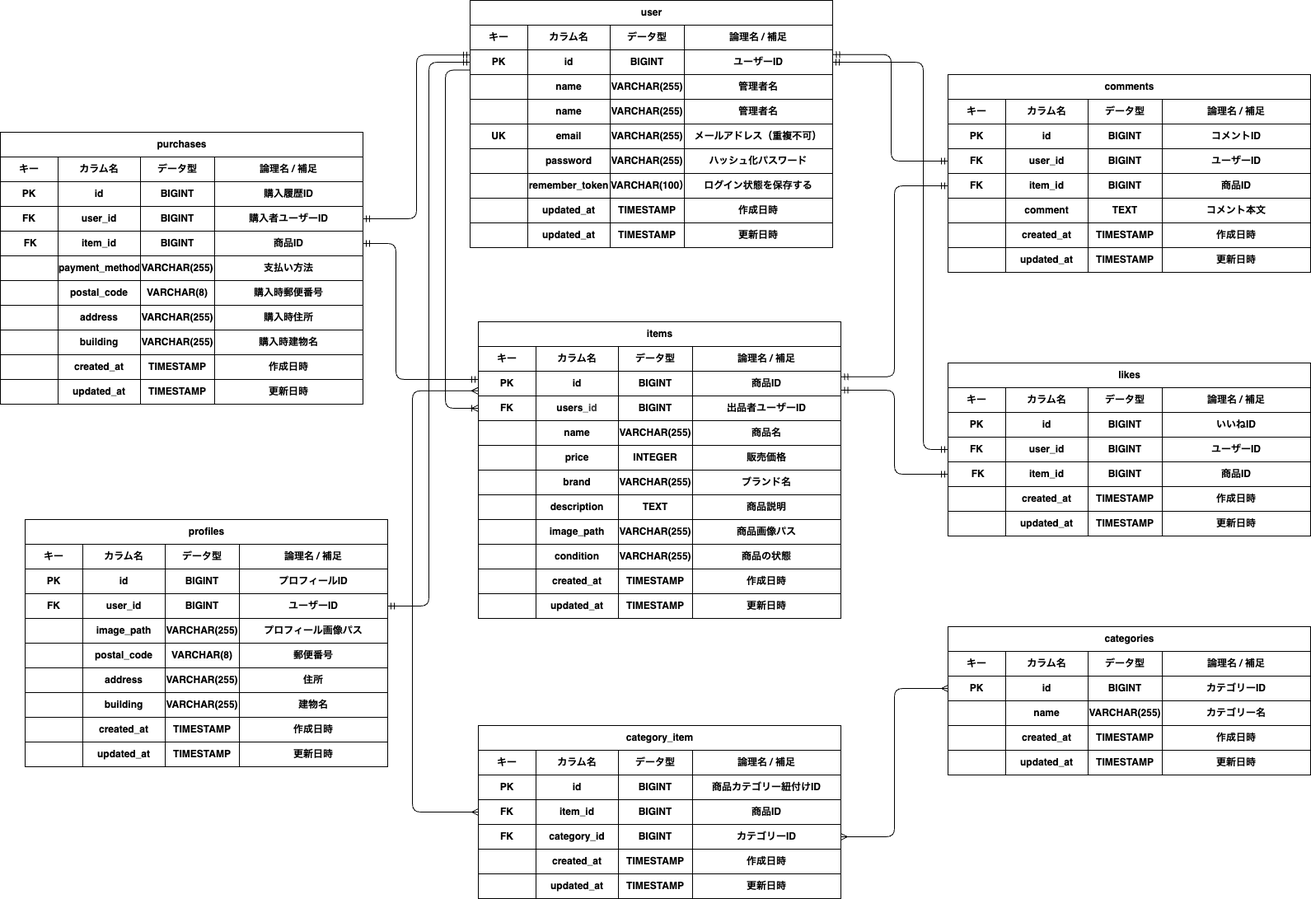
This is fleamarket.drawio.png from yosiyosi-n/fleamarket, a draw.io export, as it was before one commit. Source tidied: cells renumbered, new cells last; positions are measured from the earlier drawing's top-left corner, leaving out a move shared by most shapes.
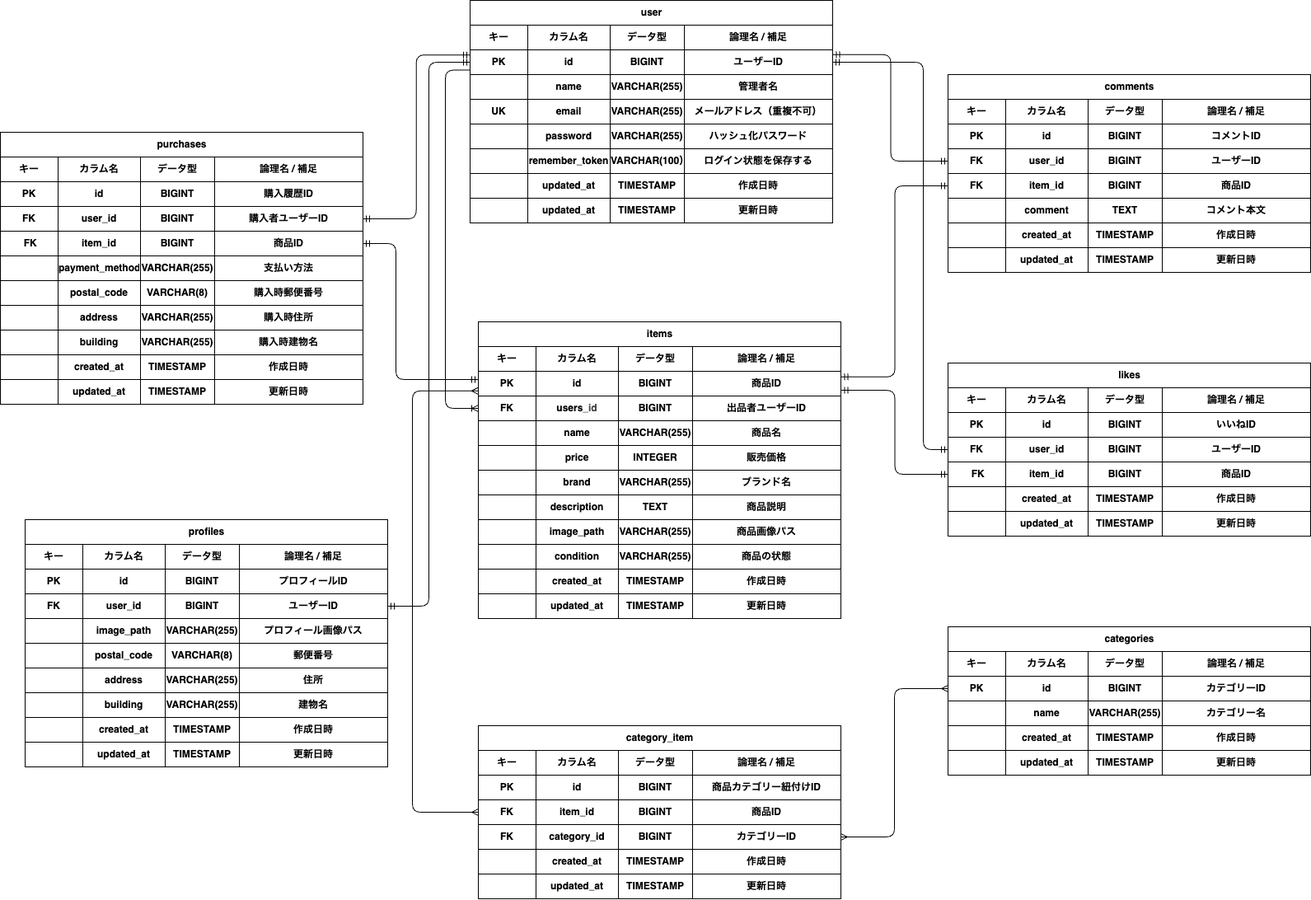
After the change.

Commit message:
docs:　ER図画像修正

What changed in the source:
```diff
@@ -3,7 +3,7 @@
     <mxCell id="0" />
     <mxCell id="1" parent="0" />
     <mxCell id="2" value="user" style="shape=table;startSize=30;rowLines=0;fontStyle=1;align=center;html=1;" parent="1" vertex="1">
-      <mxGeometry x="570" width="440" height="300" as="geometry" />
+      <mxGeometry x="570" width="440" height="270" as="geometry" />
     </mxCell>
     <mxCell id="3" style="shape=tableRow;horizontal=0;startSize=0;swimlaneHead=0;swimlaneBody=0;fillColor=none;top=0;left=0;right=0;bottom=1;" parent="2" vertex="1">
       <mxGeometry y="30" width="440" height="30" as="geometry" />
@@ -50,23 +50,8 @@
     <mxCell id="17" value="管理者名" style="shape=partialRectangle;fillColor=none;top=0;left=0;bottom=0;right=0;fontStyle=1;overflow=hidden;whiteSpace=wrap;html=1;" parent="13" vertex="1">
       <mxGeometry x="260" width="180" height="30" as="geometry" />
     </mxCell>
-    <mxCell id="18" style="shape=tableRow;horizontal=0;startSize=0;swimlaneHead=0;swimlaneBody=0;fillColor=none;top=0;left=0;right=0;bottom=1;" parent="2" vertex="1">
-      <mxGeometry y="120" width="440" height="30" as="geometry" />
-    </mxCell>
-    <mxCell id="19" style="shape=partialRectangle;fillColor=none;top=0;left=0;bottom=0;right=0;fontStyle=1;overflow=hidden;whiteSpace=wrap;html=1;" parent="18" vertex="1">
-      <mxGeometry width="70" height="30" as="geometry" />
-    </mxCell>
-    <mxCell id="20" value="name" style="shape=partialRectangle;fillColor=none;top=0;left=0;bottom=0;right=0;fontStyle=1;overflow=hidden;whiteSpace=wrap;html=1;" parent="18" vertex="1">
-      <mxGeometry x="70" width="100" height="30" as="geometry" />
-    </mxCell>
-    <mxCell id="21" value="VARCHAR(255)" style="shape=partialRectangle;fillColor=none;top=0;left=0;bottom=0;right=0;fontStyle=1;overflow=hidden;whiteSpace=wrap;html=1;" parent="18" vertex="1">
-      <mxGeometry x="170" width="90" height="30" as="geometry" />
-    </mxCell>
-    <mxCell id="22" value="管理者名" style="shape=partialRectangle;fillColor=none;top=0;left=0;bottom=0;right=0;fontStyle=1;overflow=hidden;whiteSpace=wrap;html=1;" parent="18" vertex="1">
-      <mxGeometry x="260" width="180" height="30" as="geometry" />
-    </mxCell>
     <mxCell id="23" style="shape=tableRow;horizontal=0;startSize=0;swimlaneHead=0;swimlaneBody=0;fillColor=none;top=0;left=0;right=0;bottom=1;" parent="2" vertex="1">
-      <mxGeometry y="150" width="440" height="30" as="geometry" />
+      <mxGeometry y="120" width="440" height="30" as="geometry" />
     </mxCell>
     <mxCell id="24" value="UK" style="shape=partialRectangle;fillColor=none;top=0;left=0;bottom=0;right=0;fontStyle=1;overflow=hidden;whiteSpace=wrap;html=1;" parent="23" vertex="1">
       <mxGeometry width="70" height="30" as="geometry" />
@@ -81,7 +66,7 @@
       <mxGeometry x="260" width="180" height="30" as="geometry" />
     </mxCell>
     <mxCell id="28" style="shape=tableRow;horizontal=0;startSize=0;swimlaneHead=0;swimlaneBody=0;fillColor=none;top=0;left=0;right=0;bottom=1;" parent="2" vertex="1">
-      <mxGeometry y="180" width="440" height="30" as="geometry" />
+      <mxGeometry y="150" width="440" height="30" as="geometry" />
     </mxCell>
     <mxCell id="29" style="shape=partialRectangle;fillColor=none;top=0;left=0;bottom=0;right=0;fontStyle=1;overflow=hidden;whiteSpace=wrap;html=1;" parent="28" vertex="1">
       <mxGeometry width="70" height="30" as="geometry" />
@@ -96,7 +81,7 @@
       <mxGeometry x="260" width="180" height="30" as="geometry" />
     </mxCell>
     <mxCell id="33" style="shape=tableRow;horizontal=0;startSize=0;swimlaneHead=0;swimlaneBody=0;fillColor=none;top=0;left=0;right=0;bottom=1;" parent="2" vertex="1">
-      <mxGeometry y="210" width="440" height="30" as="geometry" />
+      <mxGeometry y="180" width="440" height="30" as="geometry" />
     </mxCell>
     <mxCell id="34" style="shape=partialRectangle;fillColor=none;top=0;left=0;bottom=0;right=0;fontStyle=1;overflow=hidden;whiteSpace=wrap;html=1;" parent="33" vertex="1">
       <mxGeometry width="70" height="30" as="geometry" />
@@ -111,7 +96,7 @@
       <mxGeometry x="260" width="180" height="30" as="geometry" />
     </mxCell>
     <mxCell id="38" style="shape=tableRow;horizontal=0;startSize=0;swimlaneHead=0;swimlaneBody=0;fillColor=none;top=0;left=0;right=0;bottom=1;" parent="2" vertex="1">
-      <mxGeometry y="240" width="440" height="30" as="geometry" />
+      <mxGeometry y="210" width="440" height="30" as="geometry" />
     </mxCell>
     <mxCell id="39" style="shape=partialRectangle;fillColor=none;top=0;left=0;bottom=0;right=0;fontStyle=1;overflow=hidden;whiteSpace=wrap;html=1;" parent="38" vertex="1">
       <mxGeometry width="70" height="30" as="geometry" />
@@ -126,7 +111,7 @@
       <mxGeometry x="260" width="180" height="30" as="geometry" />
     </mxCell>
     <mxCell id="43" style="shape=tableRow;horizontal=0;startSize=0;swimlaneHead=0;swimlaneBody=0;fillColor=none;top=0;left=0;right=0;bottom=1;" parent="2" vertex="1">
-      <mxGeometry y="270" width="440" height="30" as="geometry" />
+      <mxGeometry y="240" width="440" height="30" as="geometry" />
     </mxCell>
     <mxCell id="44" style="shape=partialRectangle;fillColor=none;top=0;left=0;bottom=0;right=0;fontStyle=1;overflow=hidden;whiteSpace=wrap;html=1;" parent="43" vertex="1">
       <mxGeometry width="70" height="30" as="geometry" />
```
